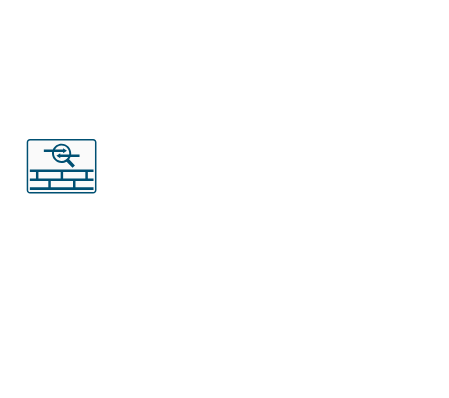
khujov/Drawio keeps this draw.io diagram as Диаграмма без названия.drawio. Above is the earlier version. Source tidied: cells renumbered, new cells numbered last; positions are measured from the earlier drawing's top-left corner, leaving out a move shared by most shapes. Both pictures are drawn from the tidied source at 109%, with x=0, y=0 at pixel (26, 138).
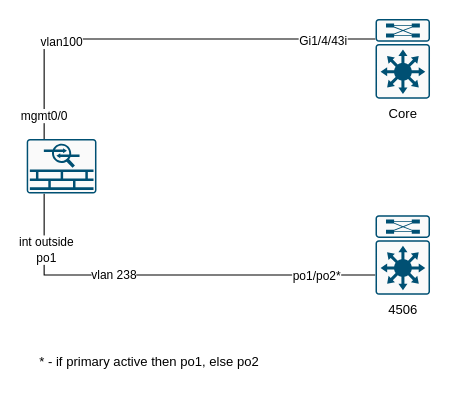
The same diagram, later.

The edit, as a diff of the source:
```diff
@@
 <mxGraphModel>
   <root>
     <mxCell id="0" />
     <mxCell id="1" parent="0" />
+    <mxCell id="3" style="edgeStyle=orthogonalEdgeStyle;rounded=0;jettySize=auto;html=1;exitX=0.25;exitY=0;exitDx=0;exitDy=0;exitPerimeter=0;entryX=0;entryY=0.25;entryDx=0;entryDy=0;entryPerimeter=0;endArrow=none;endFill=0;" parent="1" edge="1" source="2" target="11">
+      <mxGeometry relative="1" as="geometry" />
+    </mxCell>
+    <mxCell id="4" value="mgmt0/0" style="edgeLabel;html=1;align=center;verticalAlign=middle;" parent="3" vertex="1">
+      <mxGeometry x="-0.89" y="1" relative="1" as="geometry" />
+    </mxCell>
+    <mxCell id="5" value="Gi1/4/43i" style="edgeLabel;html=1;align=center;verticalAlign=middle;" parent="3" vertex="1">
+      <mxGeometry x="0.84" y="-1" relative="1" as="geometry">
+        <mxPoint x="-17" as="offset" />
+      </mxGeometry>
+    </mxCell>
+    <mxCell id="6" value="vlan100" style="edgeLabel;html=1;align=center;verticalAlign=middle;" parent="3" vertex="1">
+      <mxGeometry x="-0.46" y="-2" relative="1" as="geometry" />
+    </mxCell>
+    <mxCell id="7" style="edgeStyle=orthogonalEdgeStyle;rounded=0;jettySize=auto;html=1;exitX=0.25;exitY=1;exitDx=0;exitDy=0;exitPerimeter=0;entryX=0;entryY=0.75;entryDx=0;entryDy=0;entryPerimeter=0;endArrow=none;endFill=0;" parent="1" edge="1" source="2" target="12">
+      <mxGeometry relative="1" as="geometry" />
+    </mxCell>
+    <mxCell id="8" value="po1/po2*" style="edgeLabel;html=1;align=center;verticalAlign=middle;" parent="7" vertex="1">
+      <mxGeometry x="0.71" y="-1" relative="1" as="geometry" />
+    </mxCell>
+    <mxCell id="9" value="int outside&lt;br&gt;po1&lt;br&gt;" style="edgeLabel;html=1;align=center;verticalAlign=middle;" parent="7" vertex="1">
+      <mxGeometry x="-0.73" y="1" relative="1" as="geometry" />
+    </mxCell>
+    <mxCell id="10" value="vlan 238" style="edgeLabel;html=1;align=center;verticalAlign=middle;" parent="7" vertex="1">
+      <mxGeometry x="-0.27" relative="1" as="geometry" />
+    </mxCell>
     <mxCell id="2" style="sketch=0;points=[[0.015,0.015,0],[0.985,0.015,0],[0.985,0.985,0],[0.015,0.985,0],[0.25,0,0],[0.5,0,0],[0.75,0,0],[1,0.25,0],[1,0.5,0],[1,0.75,0],[0.75,1,0],[0.5,1,0],[0.25,1,0],[0,0.75,0],[0,0.5,0],[0,0.25,0]];verticalLabelPosition=bottom;html=1;verticalAlign=top;align=center;shape=mxgraph.cisco19.rect;prIcon=asa_5500;fillColor=#FAFAFA;strokeColor=#005073;" parent="1" vertex="1">
       <mxGeometry width="64" height="50" as="geometry" />
     </mxCell>
+    <mxCell id="11" value="Сore" style="sketch=0;points=[[0.015,0.015,0],[0.985,0.015,0],[0.985,0.985,0],[0.015,0.985,0],[0.25,0,0],[0.5,0,0],[0.75,0,0],[1,0.25,0],[1,0.5,0],[1,0.75,0],[0.75,1,0],[0.5,1,0],[0.25,1,0],[0,0.75,0],[0,0.5,0],[0,0.25,0]];verticalLabelPosition=bottom;html=1;verticalAlign=top;align=center;shape=mxgraph.cisco19.rect;prIcon=l3_modular;fillColor=#FAFAFA;strokeColor=#005073;" parent="1" vertex="1">
+      <mxGeometry x="320" y="-110" width="50" height="73" as="geometry" />
+    </mxCell>
+    <mxCell id="12" value="4506&lt;br&gt;" style="sketch=0;points=[[0.015,0.015,0],[0.985,0.015,0],[0.985,0.985,0],[0.015,0.985,0],[0.25,0,0],[0.5,0,0],[0.75,0,0],[1,0.25,0],[1,0.5,0],[1,0.75,0],[0.75,1,0],[0.5,1,0],[0.25,1,0],[0,0.75,0],[0,0.5,0],[0,0.25,0]];verticalLabelPosition=bottom;html=1;verticalAlign=top;align=center;shape=mxgraph.cisco19.rect;prIcon=l3_modular;fillColor=#FAFAFA;strokeColor=#005073;" parent="1" vertex="1">
+      <mxGeometry x="320" y="70" width="50" height="73" as="geometry" />
+    </mxCell>
+    <mxCell id="13" value="* - if primary active then po1, else po2" style="text;html=1;align=left;verticalAlign=middle;fillColor=none;strokeColor=none;rounded=0;" parent="1" vertex="1">
+      <mxGeometry x="10" y="190" width="220" height="30" as="geometry" />
+    </mxCell>
   </root>
 </mxGraphModel>
```
